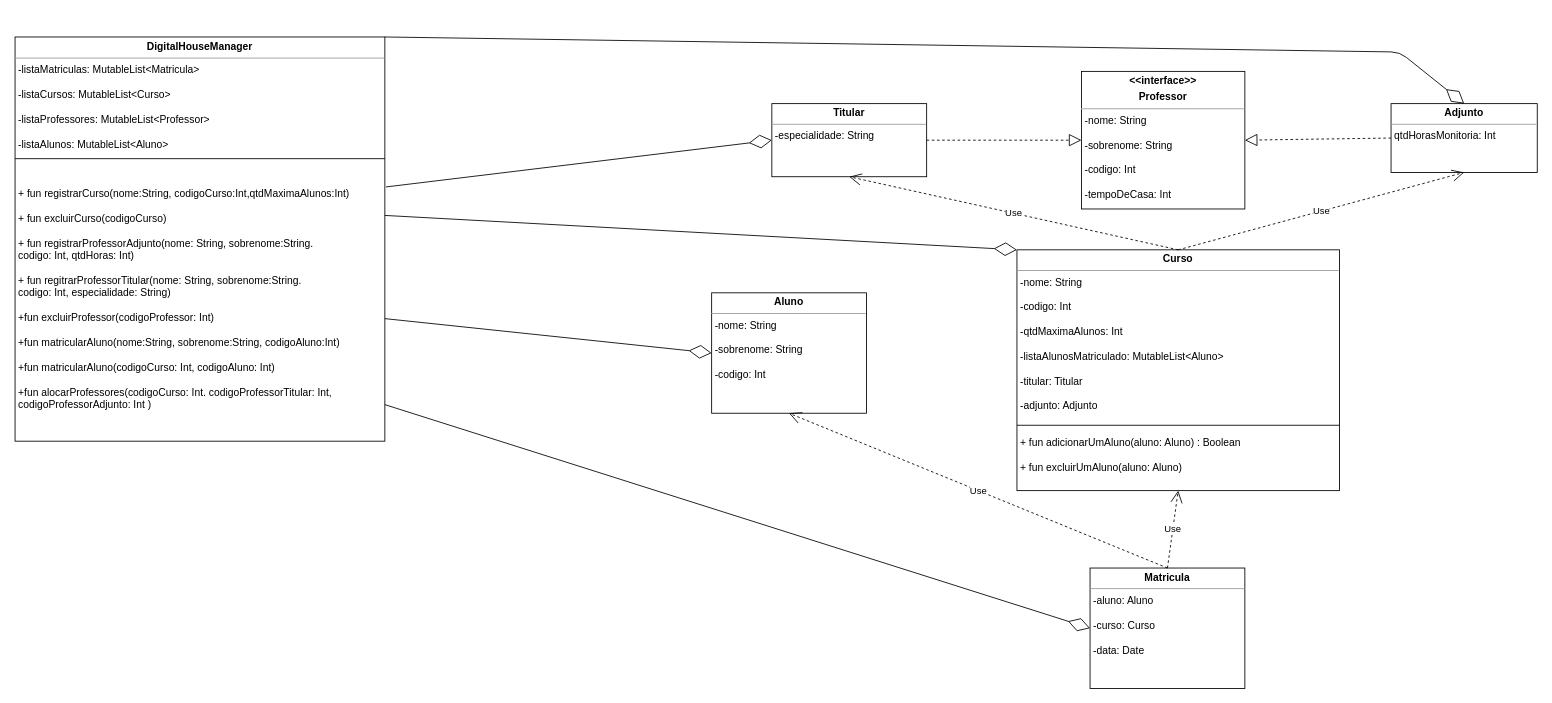
The draw.io diagram ParteI.drawio in MatheusHudson/Desafio, before the edit. Source tidied: cells renumbered, new cells numbered last; positions are measured from the earlier drawing's top-left corner, leaving out a move shared by most shapes. Both pictures are drawn from the tidied source at 86%, with x=0, y=0 at pixel (15, 36).
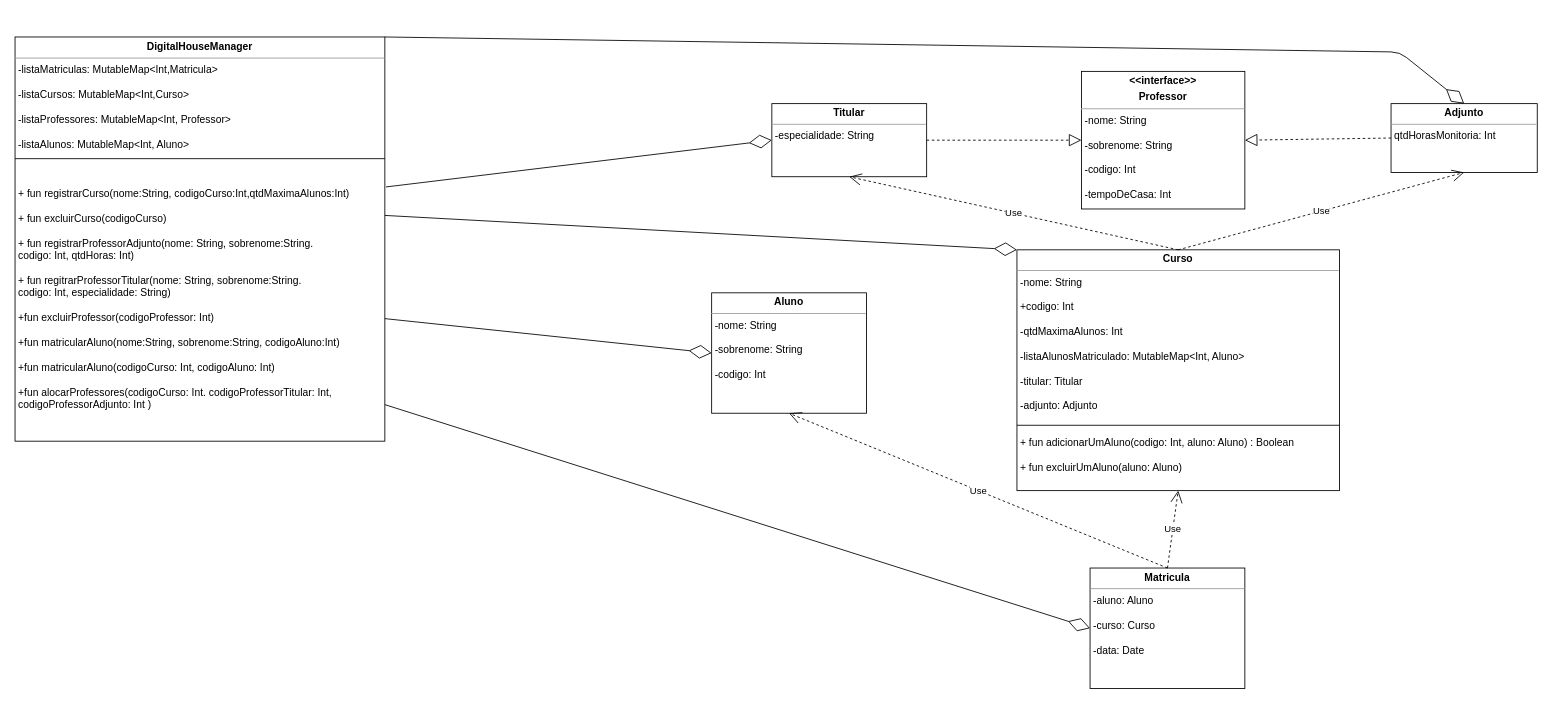
Above is the later version.

Commit message (it also covers changes not shown here):
Parte I Ajustes

What changed in the source:
```diff
@@
-    <mxCell id="3" value="&lt;p style=&quot;margin: 0px ; margin-top: 4px ; text-align: center&quot;&gt;&lt;b&gt;Curso&lt;/b&gt;&lt;/p&gt;&lt;hr size=&quot;1&quot;&gt;&lt;p style=&quot;margin: 0px ; margin-left: 4px&quot;&gt;-nome: String&lt;/p&gt;&lt;p style=&quot;margin: 0px ; margin-left: 4px&quot;&gt;&lt;br&gt;&lt;/p&gt;&lt;p style=&quot;margin: 0px ; margin-left: 4px&quot;&gt;-codigo: Int&lt;/p&gt;&lt;p style=&quot;margin: 0px ; margin-left: 4px&quot;&gt;&lt;br&gt;&lt;/p&gt;&lt;p style=&quot;margin: 0px ; margin-left: 4px&quot;&gt;-qtdMaximaAlunos: Int&lt;/p&gt;&lt;p style=&quot;margin: 0px ; margin-left: 4px&quot;&gt;&lt;br&gt;&lt;/p&gt;&lt;p style=&quot;margin: 0px ; margin-left: 4px&quot;&gt;-listaAlunosMatriculado: MutableList&amp;lt;Aluno&amp;gt;&lt;/p&gt;&lt;p style=&quot;margin: 0px ; margin-left: 4px&quot;&gt;&lt;br&gt;&lt;/p&gt;&lt;p style=&quot;margin: 0px ; margin-left: 4px&quot;&gt;-titular: Titular&lt;/p&gt;&lt;p style=&quot;margin: 0px ; margin-left: 4px&quot;&gt;&lt;br&gt;&lt;/p&gt;&lt;p style=&quot;margin: 0px ; margin-left: 4px&quot;&gt;-adjunto: Adjunto&lt;/p&gt;&lt;p style=&quot;margin: 0px ; margin-left: 4px&quot;&gt;&lt;br&gt;&lt;/p&gt;&lt;p style=&quot;margin: 0px ; margin-left: 4px&quot;&gt;&lt;br&gt;&lt;/p&gt;&lt;p style=&quot;margin: 0px ; margin-left: 4px&quot;&gt;+ fun adicionarUmAluno(aluno: Aluno) : Boolean&lt;/p&gt;&lt;p style=&quot;margin: 0px ; margin-left: 4px&quot;&gt;&lt;br&gt;&lt;/p&gt;&lt;p style=&quot;margin: 0px 0px 0px 4px&quot;&gt;+ fun excluirUmAluno(aluno: Aluno)&amp;nbsp;&lt;/p&gt;&lt;p style=&quot;margin: 0px 0px 0px 4px&quot;&gt;&lt;br&gt;&lt;/p&gt;&lt;p style=&quot;margin: 0px ; margin-left: 4px&quot;&gt;&lt;br&gt;&lt;/p&gt;&lt;p style=&quot;margin: 0px ; margin-left: 4px&quot;&gt;&lt;br&gt;&lt;/p&gt;" style="verticalAlign=top;align=left;overflow=fill;fontSize=12;fontFamily=Helvetica;html=1;" parent="1" vertex="1">
+    <mxCell id="3" value="&lt;p style=&quot;margin: 0px ; margin-top: 4px ; text-align: center&quot;&gt;&lt;b&gt;Curso&lt;/b&gt;&lt;/p&gt;&lt;hr size=&quot;1&quot;&gt;&lt;p style=&quot;margin: 0px ; margin-left: 4px&quot;&gt;-nome: String&lt;/p&gt;&lt;p style=&quot;margin: 0px ; margin-left: 4px&quot;&gt;&lt;br&gt;&lt;/p&gt;&lt;p style=&quot;margin: 0px ; margin-left: 4px&quot;&gt;+codigo: Int&lt;/p&gt;&lt;p style=&quot;margin: 0px ; margin-left: 4px&quot;&gt;&lt;br&gt;&lt;/p&gt;&lt;p style=&quot;margin: 0px ; margin-left: 4px&quot;&gt;-qtdMaximaAlunos: Int&lt;/p&gt;&lt;p style=&quot;margin: 0px ; margin-left: 4px&quot;&gt;&lt;br&gt;&lt;/p&gt;&lt;p style=&quot;margin: 0px ; margin-left: 4px&quot;&gt;-listaAlunosMatriculado: MutableMap&amp;lt;Int, Aluno&amp;gt;&lt;/p&gt;&lt;p style=&quot;margin: 0px ; margin-left: 4px&quot;&gt;&lt;br&gt;&lt;/p&gt;&lt;p style=&quot;margin: 0px ; margin-left: 4px&quot;&gt;-titular: Titular&lt;/p&gt;&lt;p style=&quot;margin: 0px ; margin-left: 4px&quot;&gt;&lt;br&gt;&lt;/p&gt;&lt;p style=&quot;margin: 0px ; margin-left: 4px&quot;&gt;-adjunto: Adjunto&lt;/p&gt;&lt;p style=&quot;margin: 0px ; margin-left: 4px&quot;&gt;&lt;br&gt;&lt;/p&gt;&lt;p style=&quot;margin: 0px ; margin-left: 4px&quot;&gt;&lt;br&gt;&lt;/p&gt;&lt;p style=&quot;margin: 0px ; margin-left: 4px&quot;&gt;+ fun adicionarUmAluno(codigo: Int, aluno: Aluno) : Boolean&lt;/p&gt;&lt;p style=&quot;margin: 0px ; margin-left: 4px&quot;&gt;&lt;br&gt;&lt;/p&gt;&lt;p style=&quot;margin: 0px 0px 0px 4px&quot;&gt;+ fun excluirUmAluno(aluno: Aluno)&amp;nbsp;&lt;/p&gt;&lt;p style=&quot;margin: 0px 0px 0px 4px&quot;&gt;&lt;br&gt;&lt;/p&gt;&lt;p style=&quot;margin: 0px ; margin-left: 4px&quot;&gt;&lt;br&gt;&lt;/p&gt;&lt;p style=&quot;margin: 0px ; margin-left: 4px&quot;&gt;&lt;br&gt;&lt;/p&gt;" style="verticalAlign=top;align=left;overflow=fill;fontSize=12;fontFamily=Helvetica;html=1;" parent="1" vertex="1">
       <mxGeometry x="1165" y="248" width="375" height="280" as="geometry" />
     </mxCell>
@@
-    <mxCell id="14" value="&lt;p style=&quot;margin: 0px ; margin-top: 4px ; text-align: center&quot;&gt;&lt;b&gt;DigitalHouseManager&lt;/b&gt;&lt;/p&gt;&lt;hr size=&quot;1&quot;&gt;&lt;p style=&quot;margin: 0px ; margin-left: 4px&quot;&gt;&lt;span&gt;-listaMatriculas: MutableList&amp;lt;Matricula&amp;gt;&lt;/span&gt;&lt;/p&gt;&lt;p style=&quot;margin: 0px 0px 0px 4px&quot;&gt;&lt;br&gt;&lt;/p&gt;&lt;p style=&quot;margin: 0px 0px 0px 4px&quot;&gt;-listaCursos: MutableList&amp;lt;Curso&amp;gt;&lt;/p&gt;&lt;p style=&quot;margin: 0px 0px 0px 4px&quot;&gt;&lt;br&gt;&lt;/p&gt;&lt;p style=&quot;margin: 0px ; margin-left: 4px&quot;&gt;&lt;span&gt;-listaProfessores: MutableList&amp;lt;Professor&amp;gt;&lt;/span&gt;&lt;/p&gt;&lt;p style=&quot;margin: 0px 0px 0px 4px&quot;&gt;&lt;br&gt;&lt;/p&gt;&lt;p style=&quot;margin: 0px ; margin-left: 4px&quot;&gt;-listaAlunos: MutableList&amp;lt;Aluno&amp;gt;&lt;/p&gt;&lt;p style=&quot;margin: 0px ; margin-left: 4px&quot;&gt;&lt;br&gt;&lt;/p&gt;&lt;p style=&quot;margin: 0px ; margin-left: 4px&quot;&gt;&lt;br&gt;&lt;/p&gt;&lt;p style=&quot;margin: 0px ; margin-left: 4px&quot;&gt;&lt;br&gt;&lt;/p&gt;&lt;p style=&quot;margin: 0px ; margin-left: 4px&quot;&gt;+ fun registrarCurso(nome:String, codigoCurso:Int,qtdMaximaAlunos:Int)&lt;/p&gt;&lt;p style=&quot;margin: 0px ; margin-left: 4px&quot;&gt;&lt;br&gt;&lt;/p&gt;&lt;p style=&quot;margin: 0px ; margin-left: 4px&quot;&gt;+ fun excluirCurso(codigoCurso)&lt;/p&gt;&lt;p style=&quot;margin: 0px ; margin-left: 4px&quot;&gt;&lt;br&gt;&lt;/p&gt;&lt;p style=&quot;margin: 0px ; margin-left: 4px&quot;&gt;+ fun registrarProfessorAdjunto(nome: String, sobrenome:String.&lt;/p&gt;&lt;p style=&quot;margin: 0px ; margin-left: 4px&quot;&gt;codigo: Int, qtdHoras: Int)&lt;/p&gt;&lt;p style=&quot;margin: 0px ; margin-left: 4px&quot;&gt;&lt;br&gt;&lt;/p&gt;&lt;p style=&quot;margin: 0px 0px 0px 4px&quot;&gt;+ fun regitrarProfessorTitular(nome: String, sobrenome:String.&lt;/p&gt;&lt;p style=&quot;margin: 0px 0px 0px 4px&quot;&gt;codigo: Int, especialidade: String)&lt;/p&gt;&lt;p style=&quot;margin: 0px 0px 0px 4px&quot;&gt;&lt;br&gt;&lt;/p&gt;&lt;p style=&quot;margin: 0px 0px 0px 4px&quot;&gt;+fun excluirProfessor(codigoProfessor: Int)&lt;/p&gt;&lt;p style=&quot;margin: 0px 0px 0px 4px&quot;&gt;&lt;br&gt;&lt;/p&gt;&lt;p style=&quot;margin: 0px 0px 0px 4px&quot;&gt;+fun matricularAluno(nome:String, sobrenome:String, codigoAluno:Int)&lt;/p&gt;&lt;p style=&quot;margin: 0px 0px 0px 4px&quot;&gt;&lt;br&gt;&lt;/p&gt;&lt;p style=&quot;margin: 0px 0px 0px 4px&quot;&gt;+fun matricularAluno(codigoCurso: Int, codigoAluno: Int)&lt;br&gt;&lt;/p&gt;&lt;p style=&quot;margin: 0px 0px 0px 4px&quot;&gt;&lt;br&gt;&lt;/p&gt;&lt;p style=&quot;margin: 0px 0px 0px 4px&quot;&gt;+fun alocarProfessores(codigoCurso: Int. codigoProfessorTitular: Int,&lt;/p&gt;&lt;p style=&quot;margin: 0px 0px 0px 4px&quot;&gt;codigoProfessorAdjunto: Int )&lt;/p&gt;&lt;p style=&quot;margin: 0px 0px 0px 4px&quot;&gt;&lt;br&gt;&lt;/p&gt;&lt;p style=&quot;margin: 0px 0px 0px 4px&quot;&gt;&lt;br&gt;&lt;/p&gt;&lt;p style=&quot;margin: 0px 0px 0px 4px&quot;&gt;&lt;br&gt;&lt;/p&gt;" style="verticalAlign=top;align=left;overflow=fill;fontSize=12;fontFamily=Helvetica;html=1;" parent="1" vertex="1">
+    <mxCell id="14" value="&lt;p style=&quot;margin: 0px ; margin-top: 4px ; text-align: center&quot;&gt;&lt;b&gt;DigitalHouseManager&lt;/b&gt;&lt;/p&gt;&lt;hr size=&quot;1&quot;&gt;&lt;p style=&quot;margin: 0px ; margin-left: 4px&quot;&gt;&lt;span&gt;-listaMatriculas:&amp;nbsp;&lt;/span&gt;MutableMap&lt;span&gt;&amp;lt;Int,Matricula&amp;gt;&lt;/span&gt;&lt;/p&gt;&lt;p style=&quot;margin: 0px 0px 0px 4px&quot;&gt;&lt;br&gt;&lt;/p&gt;&lt;p style=&quot;margin: 0px 0px 0px 4px&quot;&gt;-listaCursos: MutableMap&amp;lt;Int,Curso&amp;gt;&lt;/p&gt;&lt;p style=&quot;margin: 0px 0px 0px 4px&quot;&gt;&lt;br&gt;&lt;/p&gt;&lt;p style=&quot;margin: 0px ; margin-left: 4px&quot;&gt;&lt;span&gt;-listaProfessores:&amp;nbsp;&lt;/span&gt;MutableMap&lt;span&gt;&amp;lt;Int, Professor&amp;gt;&lt;/span&gt;&lt;/p&gt;&lt;p style=&quot;margin: 0px 0px 0px 4px&quot;&gt;&lt;br&gt;&lt;/p&gt;&lt;p style=&quot;margin: 0px ; margin-left: 4px&quot;&gt;-listaAlunos: MutableMap&amp;lt;Int, Aluno&amp;gt;&lt;/p&gt;&lt;p style=&quot;margin: 0px ; margin-left: 4px&quot;&gt;&lt;br&gt;&lt;/p&gt;&lt;p style=&quot;margin: 0px ; margin-left: 4px&quot;&gt;&lt;br&gt;&lt;/p&gt;&lt;p style=&quot;margin: 0px ; margin-left: 4px&quot;&gt;&lt;br&gt;&lt;/p&gt;&lt;p style=&quot;margin: 0px ; margin-left: 4px&quot;&gt;+ fun registrarCurso(nome:String, codigoCurso:Int,qtdMaximaAlunos:Int)&lt;/p&gt;&lt;p style=&quot;margin: 0px ; margin-left: 4px&quot;&gt;&lt;br&gt;&lt;/p&gt;&lt;p style=&quot;margin: 0px ; margin-left: 4px&quot;&gt;+ fun excluirCurso(codigoCurso)&lt;/p&gt;&lt;p style=&quot;margin: 0px ; margin-left: 4px&quot;&gt;&lt;br&gt;&lt;/p&gt;&lt;p style=&quot;margin: 0px ; margin-left: 4px&quot;&gt;+ fun registrarProfessorAdjunto(nome: String, sobrenome:String.&lt;/p&gt;&lt;p style=&quot;margin: 0px ; margin-left: 4px&quot;&gt;codigo: Int, qtdHoras: Int)&lt;/p&gt;&lt;p style=&quot;margin: 0px ; margin-left: 4px&quot;&gt;&lt;br&gt;&lt;/p&gt;&lt;p style=&quot;margin: 0px 0px 0px 4px&quot;&gt;+ fun regitrarProfessorTitular(nome: String, sobrenome:String.&lt;/p&gt;&lt;p style=&quot;margin: 0px 0px 0px 4px&quot;&gt;codigo: Int, especialidade: String)&lt;/p&gt;&lt;p style=&quot;margin: 0px 0px 0px 4px&quot;&gt;&lt;br&gt;&lt;/p&gt;&lt;p style=&quot;margin: 0px 0px 0px 4px&quot;&gt;+fun excluirProfessor(codigoProfessor: Int)&lt;/p&gt;&lt;p style=&quot;margin: 0px 0px 0px 4px&quot;&gt;&lt;br&gt;&lt;/p&gt;&lt;p style=&quot;margin: 0px 0px 0px 4px&quot;&gt;+fun matricularAluno(nome:String, sobrenome:String, codigoAluno:Int)&lt;/p&gt;&lt;p style=&quot;margin: 0px 0px 0px 4px&quot;&gt;&lt;br&gt;&lt;/p&gt;&lt;p style=&quot;margin: 0px 0px 0px 4px&quot;&gt;+fun matricularAluno(codigoCurso: Int, codigoAluno: Int)&lt;br&gt;&lt;/p&gt;&lt;p style=&quot;margin: 0px 0px 0px 4px&quot;&gt;&lt;br&gt;&lt;/p&gt;&lt;p style=&quot;margin: 0px 0px 0px 4px&quot;&gt;+fun alocarProfessores(codigoCurso: Int. codigoProfessorTitular: Int,&lt;/p&gt;&lt;p style=&quot;margin: 0px 0px 0px 4px&quot;&gt;codigoProfessorAdjunto: Int )&lt;/p&gt;&lt;p style=&quot;margin: 0px 0px 0px 4px&quot;&gt;&lt;br&gt;&lt;/p&gt;&lt;p style=&quot;margin: 0px 0px 0px 4px&quot;&gt;&lt;br&gt;&lt;/p&gt;&lt;p style=&quot;margin: 0px 0px 0px 4px&quot;&gt;&lt;br&gt;&lt;/p&gt;" style="verticalAlign=top;align=left;overflow=fill;fontSize=12;fontFamily=Helvetica;html=1;" parent="1" vertex="1">
       <mxGeometry y="0.5" width="430" height="470" as="geometry" />
     </mxCell>
```
